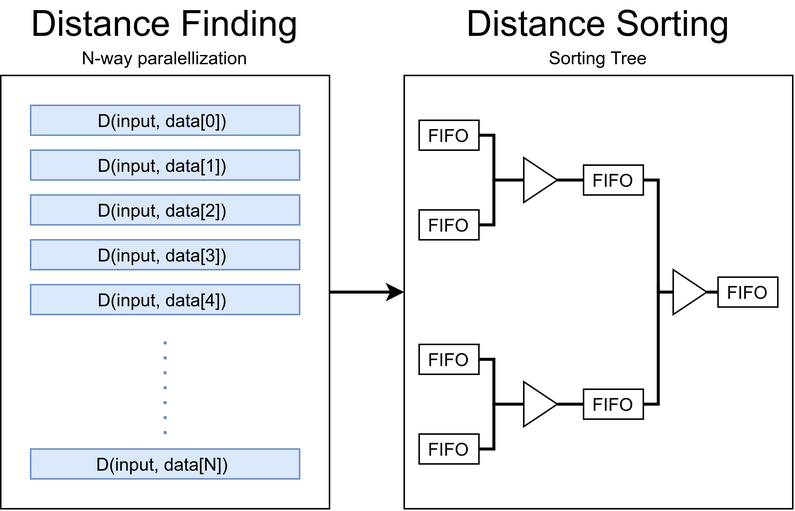
The draw.io diagram block_diagram.png in khuang/ee109, before a commit. Source tidied: cells renumbered, new cells last; positions are measured from the earlier drawing's top-left corner, leaving out a move shared by most shapes.
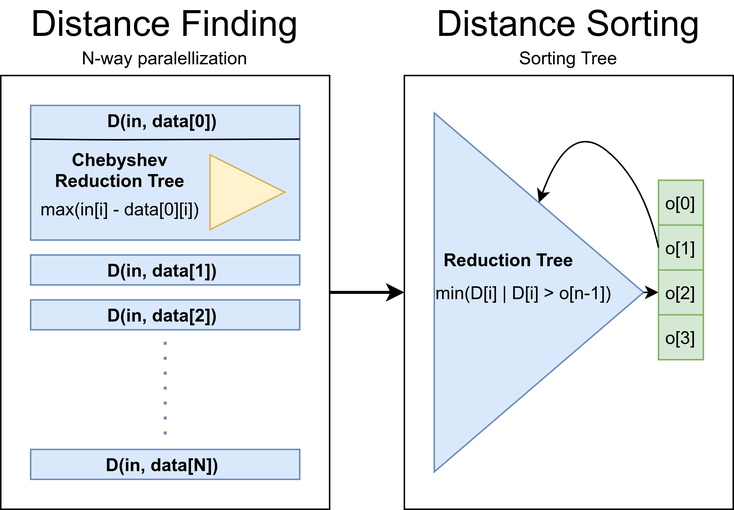
Later version of the same file.

What changed in the source:
```diff
@@ -9,23 +9,17 @@
       <mxGeometry width="220" height="30" as="geometry" />
     </mxCell>
     <mxCell id="4" style="rounded=0;whiteSpace=wrap;html=1;" parent="1" vertex="1">
-      <mxGeometry x="270" y="50" width="260" height="290" as="geometry" />
+      <mxGeometry x="270" y="50" width="220" height="290" as="geometry" />
     </mxCell>
     <mxCell id="5" style="rounded=0;whiteSpace=wrap;html=1;fillColor=#dae8fc;strokeColor=#6c8ebf;" parent="1" vertex="1">
-      <mxGeometry x="20" y="70" width="180" height="20" as="geometry" />
+      <mxGeometry x="20" y="70" width="180" height="90" as="geometry" />
     </mxCell>
     <mxCell id="6" style="rounded=0;whiteSpace=wrap;html=1;fillColor=#dae8fc;strokeColor=#6c8ebf;" parent="1" vertex="1">
-      <mxGeometry x="20" y="100" width="180" height="20" as="geometry" />
+      <mxGeometry x="20" y="170" width="180" height="20" as="geometry" />
     </mxCell>
     <mxCell id="7" style="rounded=0;whiteSpace=wrap;html=1;fillColor=#dae8fc;strokeColor=#6c8ebf;" parent="1" vertex="1">
-      <mxGeometry x="20" y="130" width="180" height="20" as="geometry" />
+      <mxGeometry x="20" y="200" width="180" height="20" as="geometry" />
     </mxCell>
-    <mxCell id="8" style="rounded=0;whiteSpace=wrap;html=1;fillColor=#dae8fc;strokeColor=#6c8ebf;" parent="1" vertex="1">
-      <mxGeometry x="20" y="160" width="180" height="20" as="geometry" />
-    </mxCell>
-    <mxCell id="9" style="rounded=0;whiteSpace=wrap;html=1;fillColor=#dae8fc;strokeColor=#6c8ebf;" parent="1" vertex="1">
-      <mxGeometry x="20" y="190" width="180" height="20" as="geometry" />
-    </mxCell>
     <mxCell id="10" style="rounded=0;whiteSpace=wrap;html=1;fillColor=#dae8fc;strokeColor=#6c8ebf;" parent="1" vertex="1">
       <mxGeometry x="20" y="300" width="180" height="20" as="geometry" />
     </mxCell>
@@ -35,114 +29,77 @@
         <mxPoint x="110" y="220" as="targetPoint" />
       </mxGeometry>
     </mxCell>
-    <mxCell id="12" value="D(input, data[0])&amp;nbsp;" style="text;html=1;strokeColor=none;fillColor=none;align=center;verticalAlign=middle;whiteSpace=wrap;rounded=0;" parent="1" vertex="1">
+    <mxCell id="12" value="D(in, data[0])&amp;nbsp;" style="text;html=1;strokeColor=none;fillColor=none;align=center;verticalAlign=middle;whiteSpace=wrap;rounded=0;fontStyle=1;" parent="1" vertex="1">
       <mxGeometry x="50" y="70" width="120" height="20" as="geometry" />
     </mxCell>
-    <mxCell id="13" value="D(input, data[1])&amp;nbsp;" style="text;html=1;strokeColor=none;fillColor=none;align=center;verticalAlign=middle;whiteSpace=wrap;rounded=0;" parent="1" vertex="1">
-      <mxGeometry x="50" y="100" width="120" height="20" as="geometry" />
+    <mxCell id="13" value="D(in, data[1])&amp;nbsp;" style="text;html=1;strokeColor=none;fillColor=none;align=center;verticalAlign=middle;whiteSpace=wrap;rounded=0;fontStyle=1;" parent="1" vertex="1">
+      <mxGeometry x="50" y="170" width="120" height="20" as="geometry" />
     </mxCell>
-    <mxCell id="14" value="D(input, data[2])&amp;nbsp;" style="text;html=1;strokeColor=none;fillColor=none;align=center;verticalAlign=middle;whiteSpace=wrap;rounded=0;" parent="1" vertex="1">
-      <mxGeometry x="50" y="130" width="120" height="20" as="geometry" />
+    <mxCell id="14" value="D(in, data[2])&amp;nbsp;" style="text;html=1;strokeColor=none;fillColor=none;align=center;verticalAlign=middle;whiteSpace=wrap;rounded=0;fontStyle=1;" parent="1" vertex="1">
+      <mxGeometry x="50" y="200" width="120" height="20" as="geometry" />
     </mxCell>
-    <mxCell id="15" value="D(input, data[3])&amp;nbsp;" style="text;html=1;strokeColor=none;fillColor=none;align=center;verticalAlign=middle;whiteSpace=wrap;rounded=0;" parent="1" vertex="1">
-      <mxGeometry x="50" y="160" width="120" height="20" as="geometry" />
-    </mxCell>
-    <mxCell id="16" value="D(input, data[4])&amp;nbsp;" style="text;html=1;strokeColor=none;fillColor=none;align=center;verticalAlign=middle;whiteSpace=wrap;rounded=0;" parent="1" vertex="1">
-      <mxGeometry x="50" y="190" width="120" height="20" as="geometry" />
-    </mxCell>
-    <mxCell id="17" value="D(input, data[N])&amp;nbsp;" style="text;html=1;strokeColor=none;fillColor=none;align=center;verticalAlign=middle;whiteSpace=wrap;rounded=0;" parent="1" vertex="1">
+    <mxCell id="17" value="D(in, data[N])&amp;nbsp;" style="text;html=1;strokeColor=none;fillColor=none;align=center;verticalAlign=middle;whiteSpace=wrap;rounded=0;fontStyle=1;" parent="1" vertex="1">
       <mxGeometry x="50" y="300" width="120" height="20" as="geometry" />
     </mxCell>
     <mxCell id="18" value="N-way paralellization" style="text;html=1;strokeColor=none;fillColor=none;align=center;verticalAlign=middle;whiteSpace=wrap;rounded=0;" parent="1" vertex="1">
       <mxGeometry x="35" y="28" width="150" height="20" as="geometry" />
     </mxCell>
     <mxCell id="19" value="&lt;font style=&quot;font-size: 24px&quot;&gt;Distance Sorting&lt;/font&gt;" style="text;html=1;strokeColor=none;fillColor=none;align=center;verticalAlign=middle;whiteSpace=wrap;rounded=0;" parent="1" vertex="1">
-      <mxGeometry x="290" width="220" height="30" as="geometry" />
+      <mxGeometry x="270" width="220" height="30" as="geometry" />
     </mxCell>
     <mxCell id="20" style="endArrow=classic;html=1;strokeWidth=2;exitX=1;exitY=0.5;exitDx=0;exitDy=0;entryX=0;entryY=0.5;entryDx=0;entryDy=0;" parent="1" edge="1" source="2" target="4">
       <mxGeometry relative="1" as="geometry" />
     </mxCell>
     <mxCell id="21" value="Sorting Tree" style="text;html=1;strokeColor=none;fillColor=none;align=center;verticalAlign=middle;whiteSpace=wrap;rounded=0;" parent="1" vertex="1">
-      <mxGeometry x="325" y="28" width="150" height="20" as="geometry" />
+      <mxGeometry x="305" y="28" width="150" height="20" as="geometry" />
     </mxCell>
-    <mxCell id="22" style="edgeStyle=orthogonalEdgeStyle;rounded=0;jettySize=auto;html=1;exitX=1;exitY=0.5;exitDx=0;exitDy=0;entryX=0;entryY=0.5;entryDx=0;entryDy=0;endArrow=none;endFill=0;strokeWidth=2;" parent="1" edge="1" source="23" target="40">
-      <mxGeometry relative="1" as="geometry">
-        <Array as="points">
-          <mxPoint x="440" y="120" />
-          <mxPoint x="440" y="195" />
-        </Array>
-      </mxGeometry>
-    </mxCell>
-    <mxCell id="23" value="FIFO" style="rounded=0;whiteSpace=wrap;html=1;fillColor=none;" parent="1" vertex="1">
-      <mxGeometry x="390" y="110" width="40" height="20" as="geometry" />
-    </mxCell>
-    <mxCell id="24" style="edgeStyle=orthogonalEdgeStyle;rounded=0;jettySize=auto;html=1;exitX=1;exitY=0.5;exitDx=0;exitDy=0;endArrow=none;endFill=0;strokeWidth=2;" parent="1" edge="1" source="25">
-      <mxGeometry relative="1" as="geometry">
-        <mxPoint x="440" y="190" as="targetPoint" />
-        <Array as="points">
-          <mxPoint x="440" y="270" />
-        </Array>
-      </mxGeometry>
-    </mxCell>
-    <mxCell id="25" value="FIFO" style="rounded=0;whiteSpace=wrap;html=1;fillColor=none;" parent="1" vertex="1">
-      <mxGeometry x="390" y="260" width="40" height="20" as="geometry" />
-    </mxCell>
-    <mxCell id="26" style="edgeStyle=orthogonalEdgeStyle;rounded=0;jettySize=auto;html=1;exitX=1;exitY=0.5;exitDx=0;exitDy=0;endArrow=none;endFill=0;strokeWidth=2;" parent="1" edge="1" source="27">
-      <mxGeometry relative="1" as="geometry">
-        <mxPoint x="330" y="120" as="targetPoint" />
-      </mxGeometry>
-    </mxCell>
-    <mxCell id="27" value="FIFO" style="rounded=0;whiteSpace=wrap;html=1;fillColor=none;" parent="1" vertex="1">
-      <mxGeometry x="280" y="80" width="40" height="20" as="geometry" />
-    </mxCell>
-    <mxCell id="28" value="FIFO" style="rounded=0;whiteSpace=wrap;html=1;fillColor=none;" parent="1" vertex="1">
-      <mxGeometry x="280" y="140" width="40" height="20" as="geometry" />
-    </mxCell>
-    <mxCell id="29" style="edgeStyle=orthogonalEdgeStyle;rounded=0;jettySize=auto;html=1;exitX=1;exitY=0.5;exitDx=0;exitDy=0;entryX=0;entryY=0.5;entryDx=0;entryDy=0;endArrow=none;endFill=0;strokeWidth=2;" parent="1" edge="1" source="30" target="37">
-      <mxGeometry relative="1" as="geometry">
-        <Array as="points">
-          <mxPoint x="330" y="240" />
-          <mxPoint x="330" y="270" />
-        </Array>
-      </mxGeometry>
-    </mxCell>
-    <mxCell id="30" value="FIFO" style="rounded=0;whiteSpace=wrap;html=1;fillColor=none;" parent="1" vertex="1">
-      <mxGeometry x="280" y="230" width="40" height="20" as="geometry" />
-    </mxCell>
-    <mxCell id="31" style="edgeStyle=orthogonalEdgeStyle;rounded=0;jettySize=auto;html=1;exitX=1;exitY=0.5;exitDx=0;exitDy=0;endArrow=none;endFill=0;strokeWidth=2;" parent="1" edge="1" source="32">
-      <mxGeometry relative="1" as="geometry">
-        <mxPoint x="330" y="270" as="targetPoint" />
-        <Array as="points">
-          <mxPoint x="330" y="300" />
-        </Array>
-      </mxGeometry>
-    </mxCell>
-    <mxCell id="32" value="FIFO" style="rounded=0;whiteSpace=wrap;html=1;fillColor=none;" parent="1" vertex="1">
-      <mxGeometry x="280" y="290" width="40" height="20" as="geometry" />
-    </mxCell>
-    <mxCell id="33" style="edgeStyle=orthogonalEdgeStyle;rounded=0;jettySize=auto;html=1;exitX=0;exitY=0.5;exitDx=0;exitDy=0;entryX=1;entryY=0.5;entryDx=0;entryDy=0;endArrow=none;endFill=0;strokeWidth=2;" parent="1" edge="1" source="35" target="28">
-      <mxGeometry relative="1" as="geometry" />
-    </mxCell>
-    <mxCell id="34" style="edgeStyle=orthogonalEdgeStyle;rounded=0;jettySize=auto;html=1;exitX=1;exitY=0.5;exitDx=0;exitDy=0;entryX=0;entryY=0.5;entryDx=0;entryDy=0;endArrow=none;endFill=0;strokeWidth=2;" parent="1" edge="1" source="35" target="23">
-      <mxGeometry relative="1" as="geometry" />
-    </mxCell>
-    <mxCell id="35" style="triangle;whiteSpace=wrap;html=1;fillColor=none;" parent="1" vertex="1">
-      <mxGeometry x="350" y="105" width="22.5" height="30" as="geometry" />
-    </mxCell>
-    <mxCell id="36" style="edgeStyle=orthogonalEdgeStyle;rounded=0;jettySize=auto;html=1;exitX=1;exitY=0.5;exitDx=0;exitDy=0;entryX=0;entryY=0.5;entryDx=0;entryDy=0;endArrow=none;endFill=0;strokeWidth=2;" parent="1" edge="1" source="37" target="25">
-      <mxGeometry relative="1" as="geometry" />
-    </mxCell>
-    <mxCell id="37" style="triangle;whiteSpace=wrap;html=1;fillColor=none;" parent="1" vertex="1">
-      <mxGeometry x="350" y="255" width="22.5" height="30" as="geometry" />
-    </mxCell>
-    <mxCell id="38" value="FIFO" style="rounded=0;whiteSpace=wrap;html=1;fillColor=none;" parent="1" vertex="1">
-      <mxGeometry x="480" y="185" width="40" height="20" as="geometry" />
-    </mxCell>
-    <mxCell id="39" style="edgeStyle=orthogonalEdgeStyle;rounded=0;jettySize=auto;html=1;exitX=1;exitY=0.5;exitDx=0;exitDy=0;entryX=0;entryY=0.5;entryDx=0;entryDy=0;endArrow=none;endFill=0;strokeWidth=2;" parent="1" edge="1" source="40" target="38">
-      <mxGeometry relative="1" as="geometry" />
-    </mxCell>
-    <mxCell id="40" style="triangle;whiteSpace=wrap;html=1;fillColor=none;" parent="1" vertex="1">
-      <mxGeometry x="450" y="180" width="22.5" height="30" as="geometry" />
-    </mxCell>
+    <mxCell id="41" style="triangle;whiteSpace=wrap;html=1;fillColor=#dae8fc;strokeColor=#6c8ebf;" parent="1" vertex="1">
+      <mxGeometry x="290" y="75" width="140" height="240" as="geometry" />
+    </mxCell>
+    <mxCell id="42" value="Reduction Tree&lt;br&gt;&lt;br&gt;" style="text;html=1;strokeColor=none;fillColor=none;align=center;verticalAlign=middle;whiteSpace=wrap;rounded=0;fontStyle=1;" parent="1" vertex="1">
+      <mxGeometry x="290" y="175" width="100" height="10" as="geometry" />
+    </mxCell>
+    <mxCell id="43" value="o[0]" style="rounded=0;whiteSpace=wrap;html=1;fillColor=#d5e8d4;strokeColor=#82b366;" parent="1" vertex="1">
+      <mxGeometry x="440" y="120" width="30" height="30" as="geometry" />
+    </mxCell>
+    <mxCell id="44" value="o[1]" style="rounded=0;whiteSpace=wrap;html=1;fillColor=#d5e8d4;strokeColor=#82b366;" parent="1" vertex="1">
+      <mxGeometry x="440" y="150" width="30" height="30" as="geometry" />
+    </mxCell>
+    <mxCell id="45" value="o[2]" style="rounded=0;whiteSpace=wrap;html=1;fillColor=#d5e8d4;strokeColor=#82b366;" parent="1" vertex="1">
+      <mxGeometry x="440" y="180" width="30" height="30" as="geometry" />
+    </mxCell>
+    <mxCell id="46" value="o[3]" style="rounded=0;whiteSpace=wrap;html=1;fillColor=#d5e8d4;strokeColor=#82b366;" parent="1" vertex="1">
+      <mxGeometry x="440" y="210" width="30" height="30" as="geometry" />
+    </mxCell>
+    <mxCell id="47" style="curved=1;endArrow=classic;html=1;exitX=0;exitY=0.5;exitDx=0;exitDy=0;entryX=0.5;entryY=0;entryDx=0;entryDy=0;" parent="1" edge="1" source="44" target="41">
+      <mxGeometry relative="1" as="geometry">
+        <Array as="points">
+          <mxPoint x="430" y="120" />
+          <mxPoint x="380" y="80" />
+        </Array>
+      </mxGeometry>
+    </mxCell>
+    <mxCell id="48" style="endArrow=classic;html=1;entryX=0;entryY=0.5;entryDx=0;entryDy=0;exitX=1;exitY=0.5;exitDx=0;exitDy=0;" parent="1" edge="1" source="41" target="45">
+      <mxGeometry relative="1" as="geometry" />
+    </mxCell>
+    <mxCell id="49" value="min(D[i] | D[i] &amp;gt; o[n-1])" style="text;html=1;strokeColor=none;fillColor=none;align=center;verticalAlign=middle;whiteSpace=wrap;rounded=0;" parent="1" vertex="1">
+      <mxGeometry x="290" y="180" width="120" height="30" as="geometry" />
+    </mxCell>
+    <mxCell id="50" style="triangle;whiteSpace=wrap;html=1;fillColor=#fff2cc;strokeColor=#d6b656;" parent="1" vertex="1">
+      <mxGeometry x="140" y="103" width="50" height="50" as="geometry" />
+    </mxCell>
+    <mxCell id="51" value="Chebyshev Reduction Tree&lt;br&gt;" style="text;html=1;strokeColor=none;fillColor=none;align=center;verticalAlign=middle;whiteSpace=wrap;rounded=0;fontStyle=1;" parent="1" vertex="1">
+      <mxGeometry x="30" y="108" width="100" height="10" as="geometry" />
+    </mxCell>
+    <mxCell id="52" value="max(in[i] - data[0][i])" style="text;html=1;strokeColor=none;fillColor=none;align=center;verticalAlign=middle;whiteSpace=wrap;rounded=0;" parent="1" vertex="1">
+      <mxGeometry x="20" y="124" width="120" height="30" as="geometry" />
+    </mxCell>
+    <mxCell id="53" style="endArrow=none;html=1;entryX=0;entryY=0.25;entryDx=0;entryDy=0;exitX=1;exitY=0.25;exitDx=0;exitDy=0;" parent="1" edge="1" source="5" target="5">
+      <mxGeometry relative="1" as="geometry">
+        <Array as="points">
+          <mxPoint x="70" y="93" />
+        </Array>
+      </mxGeometry>
+    </mxCell>
   </root>
 </mxGraphModel>
```
